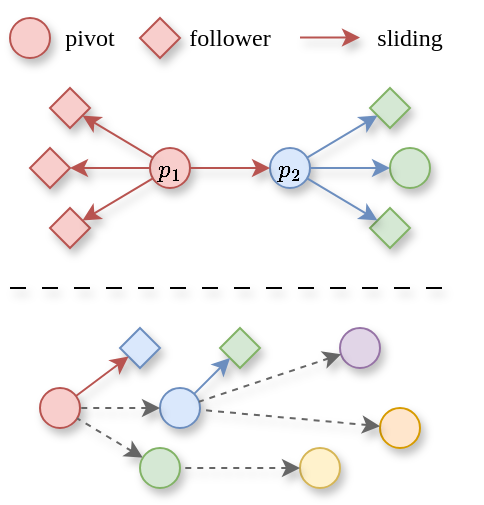
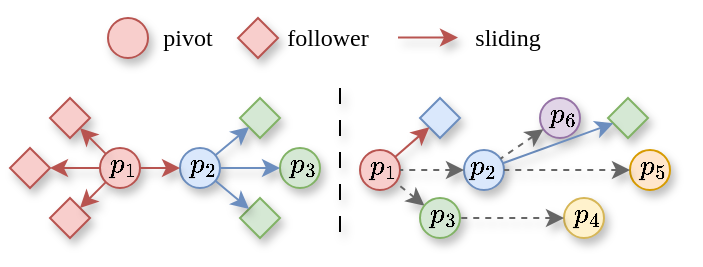
<mxfile host="app.diagrams.net">
  <diagram name="第 1 页" id="6DTQZI43wFjT-DsdCTgL">
-     <mxGraphModel dx="441" dy="1076" grid="1" gridSize="10" guides="1" tooltips="1" connect="1" arrows="1" fold="1" page="1" pageScale="1" pageWidth="827" pageHeight="1169" math="1" shadow="0">
+     <mxGraphModel dx="529" dy="1291" grid="1" gridSize="10" guides="1" tooltips="1" connect="1" arrows="1" fold="1" page="1" pageScale="1" pageWidth="827" pageHeight="1169" math="1" shadow="0">
      <root>
        <mxCell id="0" />
        <mxCell id="1" parent="0" />
        <mxCell id="bOLw4BUNBPlwtmLg7S2c-1" parent="1" style="ellipse;whiteSpace=wrap;html=1;aspect=fixed;fillColor=#f8cecc;strokeColor=#b85450;shadow=1;" value="" vertex="1">
          <mxGeometry height="20" width="20" x="150" y="520" as="geometry" />
        </mxCell>
        <mxCell id="bOLw4BUNBPlwtmLg7S2c-2" parent="1" style="ellipse;whiteSpace=wrap;html=1;aspect=fixed;fillColor=#dae8fc;strokeColor=#6c8ebf;shadow=1;" value="" vertex="1">
-           <mxGeometry height="20" width="20" x="210" y="520" as="geometry" />
+           <mxGeometry height="20" width="20" x="190" y="520" as="geometry" />
        </mxCell>
        <mxCell id="bOLw4BUNBPlwtmLg7S2c-5" parent="1" style="rhombus;whiteSpace=wrap;html=1;fillColor=#f8cecc;strokeColor=#b85450;shadow=1;" value="" vertex="1">
-           <mxGeometry height="20" width="20" x="100" y="490" as="geometry" />
+           <mxGeometry height="20" width="20" x="125" y="495" as="geometry" />
        </mxCell>
        <mxCell id="bOLw4BUNBPlwtmLg7S2c-6" parent="1" style="rhombus;whiteSpace=wrap;html=1;fillColor=#f8cecc;strokeColor=#b85450;shadow=1;" value="" vertex="1">
-           <mxGeometry height="20" width="20" x="90" y="520" as="geometry" />
+           <mxGeometry height="20" width="20" x="105" y="520" as="geometry" />
        </mxCell>
        <mxCell id="bOLw4BUNBPlwtmLg7S2c-7" parent="1" style="rhombus;whiteSpace=wrap;html=1;fillColor=#f8cecc;strokeColor=#b85450;shadow=1;" value="" vertex="1">
-           <mxGeometry height="20" width="20" x="100" y="550" as="geometry" />
+           <mxGeometry height="20" width="20" x="125" y="545" as="geometry" />
        </mxCell>
        <mxCell id="bOLw4BUNBPlwtmLg7S2c-8" parent="1" style="rhombus;whiteSpace=wrap;html=1;fillColor=#d5e8d4;strokeColor=#82b366;shadow=1;" value="" vertex="1">
-           <mxGeometry height="20" width="20" x="260" y="490" as="geometry" />
+           <mxGeometry height="20" width="20" x="220" y="495" as="geometry" />
        </mxCell>
        <mxCell id="bOLw4BUNBPlwtmLg7S2c-10" parent="1" style="rhombus;whiteSpace=wrap;html=1;fillColor=#d5e8d4;strokeColor=#82b366;shadow=1;" value="" vertex="1">
-           <mxGeometry height="20" width="20" x="260" y="550" as="geometry" />
+           <mxGeometry height="20" width="20" x="220" y="545" as="geometry" />
        </mxCell>
        <mxCell id="bOLw4BUNBPlwtmLg7S2c-11" parent="1" style="ellipse;whiteSpace=wrap;html=1;aspect=fixed;fillColor=#d5e8d4;strokeColor=#82b366;shadow=1;" value="" vertex="1">
-           <mxGeometry height="20" width="20" x="270" y="520" as="geometry" />
+           <mxGeometry height="20" width="20" x="240" y="520" as="geometry" />
        </mxCell>
        <mxCell id="bOLw4BUNBPlwtmLg7S2c-12" edge="1" parent="1" source="bOLw4BUNBPlwtmLg7S2c-5" style="endArrow=none;html=1;rounded=0;fillColor=#f8cecc;strokeColor=#b85450;startArrow=classic;startFill=1;shadow=1;" target="bOLw4BUNBPlwtmLg7S2c-1" value="">
          <mxGeometry height="50" relative="1" width="50" as="geometry">
            <mxPoint x="220" y="600" as="sourcePoint" />
            <mxPoint x="270" y="550" as="targetPoint" />
          </mxGeometry>
        </mxCell>
        <mxCell id="bOLw4BUNBPlwtmLg7S2c-13" edge="1" parent="1" source="bOLw4BUNBPlwtmLg7S2c-6" style="endArrow=none;html=1;rounded=0;fillColor=#f8cecc;strokeColor=#b85450;startArrow=classic;startFill=1;shadow=1;" target="bOLw4BUNBPlwtmLg7S2c-1" value="">
          <mxGeometry height="50" relative="1" width="50" as="geometry">
            <mxPoint x="170" y="570" as="sourcePoint" />
            <mxPoint x="198" y="598" as="targetPoint" />
          </mxGeometry>
        </mxCell>
        <mxCell id="bOLw4BUNBPlwtmLg7S2c-14" edge="1" parent="1" source="bOLw4BUNBPlwtmLg7S2c-7" style="endArrow=none;html=1;rounded=0;fillColor=#f8cecc;strokeColor=#b85450;startArrow=classic;startFill=1;shadow=1;" target="bOLw4BUNBPlwtmLg7S2c-1" value="">
          <mxGeometry height="50" relative="1" width="50" as="geometry">
            <mxPoint x="150" y="580" as="sourcePoint" />
            <mxPoint x="190" y="580" as="targetPoint" />
          </mxGeometry>
        </mxCell>
        <mxCell id="bOLw4BUNBPlwtmLg7S2c-15" edge="1" parent="1" source="bOLw4BUNBPlwtmLg7S2c-2" style="endArrow=none;html=1;rounded=0;fillColor=#f8cecc;strokeColor=#b85450;startArrow=classic;startFill=1;shadow=1;" target="bOLw4BUNBPlwtmLg7S2c-1" value="">
          <mxGeometry height="50" relative="1" width="50" as="geometry">
            <mxPoint x="170.00017864750578" y="532.0002156090586" as="sourcePoint" />
            <mxPoint x="221.62" y="594.3" as="targetPoint" />
          </mxGeometry>
        </mxCell>
        <mxCell id="bOLw4BUNBPlwtmLg7S2c-16" edge="1" parent="1" source="bOLw4BUNBPlwtmLg7S2c-8" style="endArrow=none;html=1;rounded=0;fillColor=#dae8fc;strokeColor=#6c8ebf;startArrow=classic;startFill=1;shadow=1;" target="bOLw4BUNBPlwtmLg7S2c-2" value="">
          <mxGeometry height="50" relative="1" width="50" as="geometry">
-             <mxPoint x="257.1428571428571" y="443.5728571428571" as="sourcePoint" />
-             <mxPoint x="220" y="536.43" as="targetPoint" />
+             <mxPoint x="237.1428571428571" y="443.5728571428571" as="sourcePoint" />
+             <mxPoint x="200" y="536.43" as="targetPoint" />
          </mxGeometry>
        </mxCell>
        <mxCell id="bOLw4BUNBPlwtmLg7S2c-17" edge="1" parent="1" source="bOLw4BUNBPlwtmLg7S2c-11" style="endArrow=none;html=1;rounded=0;fillColor=#dae8fc;strokeColor=#6c8ebf;startArrow=classic;startFill=1;shadow=1;" target="bOLw4BUNBPlwtmLg7S2c-2" value="">
          <mxGeometry height="50" relative="1" width="50" as="geometry">
-             <mxPoint x="268" y="530" as="sourcePoint" />
-             <mxPoint x="240" y="558" as="targetPoint" />
+             <mxPoint x="248" y="530" as="sourcePoint" />
+             <mxPoint x="220" y="558" as="targetPoint" />
          </mxGeometry>
        </mxCell>
        <mxCell id="bOLw4BUNBPlwtmLg7S2c-18" edge="1" parent="1" source="bOLw4BUNBPlwtmLg7S2c-10" style="endArrow=none;html=1;rounded=0;fillColor=#dae8fc;strokeColor=#6c8ebf;startArrow=classic;startFill=1;shadow=1;" target="bOLw4BUNBPlwtmLg7S2c-2" value="">
          <mxGeometry height="50" relative="1" width="50" as="geometry">
-             <mxPoint x="320" y="570" as="sourcePoint" />
-             <mxPoint x="280" y="570" as="targetPoint" />
+             <mxPoint x="300" y="570" as="sourcePoint" />
+             <mxPoint x="260" y="570" as="targetPoint" />
          </mxGeometry>
        </mxCell>
-         <mxCell id="bOLw4BUNBPlwtmLg7S2c-19" parent="1" style="text;html=1;whiteSpace=wrap;strokeColor=none;fillColor=none;align=center;verticalAlign=middle;rounded=0;shadow=1;" value="&lt;font face=&quot;Times New Roman&quot;&gt;$$p_1$$&lt;/font&gt;" vertex="1">
-           <mxGeometry height="30" width="60" x="130" y="515" as="geometry" />
-         </mxCell>
-         <mxCell id="bOLw4BUNBPlwtmLg7S2c-20" parent="1" style="text;html=1;whiteSpace=wrap;strokeColor=none;fillColor=none;align=center;verticalAlign=middle;rounded=0;shadow=1;" value="&lt;font face=&quot;Times New Roman&quot;&gt;$$p_2$$&lt;/font&gt;" vertex="1">
-           <mxGeometry height="30" width="60" x="190" y="515" as="geometry" />
-         </mxCell>
        <mxCell id="bOLw4BUNBPlwtmLg7S2c-21" parent="1" style="ellipse;whiteSpace=wrap;html=1;aspect=fixed;fillColor=#f8cecc;strokeColor=#b85450;shadow=1;" value="" vertex="1">
-           <mxGeometry height="20" width="20" x="95" y="640" as="geometry" />
+           <mxGeometry height="20" width="20" x="280" y="521" as="geometry" />
        </mxCell>
        <mxCell id="bOLw4BUNBPlwtmLg7S2c-22" parent="1" style="rhombus;whiteSpace=wrap;html=1;fillColor=#dae8fc;strokeColor=#6c8ebf;shadow=1;" value="" vertex="1">
-           <mxGeometry height="20" width="20" x="135" y="610" as="geometry" />
+           <mxGeometry height="20" width="20" x="310" y="495" as="geometry" />
        </mxCell>
        <mxCell id="bOLw4BUNBPlwtmLg7S2c-24" parent="1" style="ellipse;whiteSpace=wrap;html=1;aspect=fixed;fillColor=#dae8fc;strokeColor=#6c8ebf;shadow=1;" value="" vertex="1">
-           <mxGeometry height="20" width="20" x="155" y="640" as="geometry" />
+           <mxGeometry height="20" width="20" x="332" y="521" as="geometry" />
        </mxCell>
        <mxCell id="bOLw4BUNBPlwtmLg7S2c-25" edge="1" parent="1" source="bOLw4BUNBPlwtmLg7S2c-22" style="endArrow=none;html=1;rounded=0;fillColor=#f8cecc;strokeColor=#b85450;startArrow=classic;startFill=1;shadow=1;" target="bOLw4BUNBPlwtmLg7S2c-21" value="">
          <mxGeometry height="50" relative="1" width="50" as="geometry">
-             <mxPoint x="142.1428571428571" y="563.5728571428572" as="sourcePoint" />
-             <mxPoint x="105" y="656.43" as="targetPoint" />
+             <mxPoint x="327.1428571428571" y="444.5728571428572" as="sourcePoint" />
+             <mxPoint x="290" y="537.43" as="targetPoint" />
          </mxGeometry>
        </mxCell>
        <mxCell id="bOLw4BUNBPlwtmLg7S2c-26" edge="1" parent="1" source="bOLw4BUNBPlwtmLg7S2c-24" style="endArrow=none;html=1;rounded=0;fillColor=#f8cecc;strokeColor=#666666;startArrow=classic;startFill=1;dashed=1;shadow=1;" target="bOLw4BUNBPlwtmLg7S2c-21" value="">
          <mxGeometry height="50" relative="1" width="50" as="geometry">
-             <mxPoint x="153" y="650" as="sourcePoint" />
-             <mxPoint x="125" y="678" as="targetPoint" />
+             <mxPoint x="338" y="531" as="sourcePoint" />
+             <mxPoint x="310" y="559" as="targetPoint" />
          </mxGeometry>
        </mxCell>
        <mxCell id="bOLw4BUNBPlwtmLg7S2c-27" edge="1" parent="1" source="bOLw4BUNBPlwtmLg7S2c-29" style="endArrow=none;html=1;rounded=0;fillColor=#f8cecc;strokeColor=#666666;startArrow=classic;startFill=1;dashed=1;shadow=1;" target="bOLw4BUNBPlwtmLg7S2c-21" value="">
          <mxGeometry height="50" relative="1" width="50" as="geometry">
-             <mxPoint x="140" y="685" as="sourcePoint" />
-             <mxPoint x="165" y="690" as="targetPoint" />
+             <mxPoint x="325" y="566" as="sourcePoint" />
+             <mxPoint x="350" y="571" as="targetPoint" />
          </mxGeometry>
        </mxCell>
        <mxCell id="bOLw4BUNBPlwtmLg7S2c-29" parent="1" style="ellipse;whiteSpace=wrap;html=1;aspect=fixed;fillColor=#d5e8d4;strokeColor=#82b366;shadow=1;" value="" vertex="1">
-           <mxGeometry height="20" width="20" x="145" y="670" as="geometry" />
+           <mxGeometry height="20" width="20" x="310" y="545" as="geometry" />
        </mxCell>
        <mxCell id="bOLw4BUNBPlwtmLg7S2c-30" parent="1" style="ellipse;whiteSpace=wrap;html=1;aspect=fixed;fillColor=#e1d5e7;strokeColor=#9673a6;shadow=1;" value="" vertex="1">
-           <mxGeometry height="20" width="20" x="245" y="610" as="geometry" />
+           <mxGeometry height="20" width="20" x="370" y="495" as="geometry" />
        </mxCell>
        <mxCell id="bOLw4BUNBPlwtmLg7S2c-31" parent="1" style="ellipse;whiteSpace=wrap;html=1;aspect=fixed;fillColor=#ffe6cc;strokeColor=#d79b00;shadow=1;" value="" vertex="1">
-           <mxGeometry height="20" width="20" x="265" y="650" as="geometry" />
+           <mxGeometry height="20" width="20" x="415" y="521" as="geometry" />
        </mxCell>
        <mxCell id="bOLw4BUNBPlwtmLg7S2c-32" parent="1" style="ellipse;whiteSpace=wrap;html=1;aspect=fixed;fillColor=#fff2cc;strokeColor=#d6b656;shadow=1;" value="" vertex="1">
-           <mxGeometry height="20" width="20" x="225" y="670" as="geometry" />
+           <mxGeometry height="20" width="20" x="382" y="545" as="geometry" />
        </mxCell>
        <mxCell id="bOLw4BUNBPlwtmLg7S2c-34" parent="1" style="rhombus;whiteSpace=wrap;html=1;fillColor=#d5e8d4;strokeColor=#82b366;shadow=1;" value="" vertex="1">
-           <mxGeometry height="20" width="20" x="185" y="610" as="geometry" />
+           <mxGeometry height="20" width="20" x="404" y="495" as="geometry" />
        </mxCell>
        <mxCell id="bOLw4BUNBPlwtmLg7S2c-36" edge="1" parent="1" style="endArrow=none;html=1;rounded=0;dashed=1;dashPattern=8 8;shadow=1;" value="">
          <mxGeometry height="50" relative="1" width="50" as="geometry">
-             <mxPoint x="80" y="590" as="sourcePoint" />
-             <mxPoint x="300" y="590" as="targetPoint" />
+             <mxPoint x="270" y="490" as="sourcePoint" />
+             <mxPoint x="270" y="570" as="targetPoint" />
          </mxGeometry>
        </mxCell>
        <mxCell id="bOLw4BUNBPlwtmLg7S2c-37" edge="1" parent="1" source="bOLw4BUNBPlwtmLg7S2c-34" style="endArrow=none;html=1;rounded=0;fillColor=#dae8fc;strokeColor=#6c8ebf;startArrow=classic;startFill=1;shadow=1;" target="bOLw4BUNBPlwtmLg7S2c-24" value="">
          <mxGeometry height="50" relative="1" width="50" as="geometry">
-             <mxPoint x="223" y="670" as="sourcePoint" />
-             <mxPoint x="195" y="698" as="targetPoint" />
+             <mxPoint x="408" y="551" as="sourcePoint" />
+             <mxPoint x="380" y="579" as="targetPoint" />
          </mxGeometry>
        </mxCell>
        <mxCell id="bOLw4BUNBPlwtmLg7S2c-38" edge="1" parent="1" source="bOLw4BUNBPlwtmLg7S2c-32" style="endArrow=none;html=1;rounded=0;fillColor=#f8cecc;strokeColor=#666666;startArrow=classic;startFill=1;dashed=1;shadow=1;" target="bOLw4BUNBPlwtmLg7S2c-29" value="">
          <mxGeometry height="50" relative="1" width="50" as="geometry">
-             <mxPoint x="205" y="670" as="sourcePoint" />
-             <mxPoint x="165" y="670" as="targetPoint" />
+             <mxPoint x="390" y="551" as="sourcePoint" />
+             <mxPoint x="350" y="551" as="targetPoint" />
          </mxGeometry>
        </mxCell>
        <mxCell id="bOLw4BUNBPlwtmLg7S2c-39" edge="1" parent="1" source="bOLw4BUNBPlwtmLg7S2c-30" style="endArrow=none;html=1;rounded=0;fillColor=#f8cecc;strokeColor=#666666;startArrow=classic;startFill=1;dashed=1;shadow=1;" target="bOLw4BUNBPlwtmLg7S2c-24" value="">
          <mxGeometry height="50" relative="1" width="50" as="geometry">
-             <mxPoint x="315" y="710" as="sourcePoint" />
-             <mxPoint x="245" y="710" as="targetPoint" />
+             <mxPoint x="500" y="591" as="sourcePoint" />
+             <mxPoint x="430" y="591" as="targetPoint" />
          </mxGeometry>
        </mxCell>
        <mxCell id="bOLw4BUNBPlwtmLg7S2c-40" edge="1" parent="1" source="bOLw4BUNBPlwtmLg7S2c-31" style="endArrow=none;html=1;rounded=0;fillColor=#f8cecc;strokeColor=#666666;startArrow=classic;startFill=1;dashed=1;shadow=1;" target="bOLw4BUNBPlwtmLg7S2c-24" value="">
          <mxGeometry height="50" relative="1" width="50" as="geometry">
-             <mxPoint x="285" y="680" as="sourcePoint" />
-             <mxPoint x="245" y="682" as="targetPoint" />
+             <mxPoint x="470" y="561" as="sourcePoint" />
+             <mxPoint x="430" y="563" as="targetPoint" />
          </mxGeometry>
        </mxCell>
        <mxCell id="bOLw4BUNBPlwtmLg7S2c-42" parent="1" style="ellipse;whiteSpace=wrap;html=1;fillColor=#f8cecc;strokeColor=#b85450;shadow=1;" value="" vertex="1">
-           <mxGeometry height="20" width="20" x="80" y="455" as="geometry" />
+           <mxGeometry height="20" width="20" x="154" y="455" as="geometry" />
        </mxCell>
        <mxCell id="bOLw4BUNBPlwtmLg7S2c-43" parent="1" style="text;html=1;whiteSpace=wrap;strokeColor=none;fillColor=none;align=center;verticalAlign=middle;rounded=0;shadow=1;" value="&lt;font face=&quot;Times New Roman&quot;&gt;pivot&lt;/font&gt;" vertex="1">
-           <mxGeometry height="30" width="60" x="90" y="450" as="geometry" />
+           <mxGeometry height="30" width="60" x="164" y="450" as="geometry" />
        </mxCell>
        <mxCell id="bOLw4BUNBPlwtmLg7S2c-44" parent="1" style="rhombus;whiteSpace=wrap;html=1;fillColor=#f8cecc;strokeColor=#b85450;shadow=1;" value="" vertex="1">
-           <mxGeometry height="20" width="20" x="145" y="455" as="geometry" />
+           <mxGeometry height="20" width="20" x="219" y="455" as="geometry" />
        </mxCell>
        <mxCell id="bOLw4BUNBPlwtmLg7S2c-45" parent="1" style="text;html=1;whiteSpace=wrap;strokeColor=none;fillColor=none;align=center;verticalAlign=middle;rounded=0;shadow=1;" value="&lt;font face=&quot;Times New Roman&quot;&gt;follower&lt;/font&gt;" vertex="1">
-           <mxGeometry height="30" width="60" x="160" y="450" as="geometry" />
+           <mxGeometry height="30" width="60" x="234" y="450" as="geometry" />
        </mxCell>
        <mxCell id="bOLw4BUNBPlwtmLg7S2c-46" edge="1" parent="1" style="endArrow=none;html=1;rounded=0;fillColor=#f8cecc;strokeColor=#b85450;startArrow=classic;startFill=1;shadow=1;" value="">
          <mxGeometry height="50" relative="1" width="50" as="geometry">
-             <mxPoint x="255" y="464.76" as="sourcePoint" />
-             <mxPoint x="225" y="464.76" as="targetPoint" />
+             <mxPoint x="329" y="464.76" as="sourcePoint" />
+             <mxPoint x="299" y="464.76" as="targetPoint" />
          </mxGeometry>
        </mxCell>
        <mxCell id="bOLw4BUNBPlwtmLg7S2c-47" parent="1" style="text;html=1;whiteSpace=wrap;strokeColor=none;fillColor=none;align=center;verticalAlign=middle;rounded=0;shadow=1;" value="&lt;font face=&quot;Times New Roman&quot;&gt;sliding&lt;/font&gt;" vertex="1">
-           <mxGeometry height="30" width="60" x="250" y="450" as="geometry" />
+           <mxGeometry height="30" width="60" x="324" y="450" as="geometry" />
+         </mxCell>
+         <mxCell id="mxuoR5gjSK6Hbij5tWnN-3" parent="1" style="text;html=1;whiteSpace=wrap;strokeColor=none;fillColor=none;align=center;verticalAlign=middle;rounded=0;" value="$$p_1$$" vertex="1">
+           <mxGeometry height="20" width="20" x="282" y="519" as="geometry" />
+         </mxCell>
+         <mxCell id="mxuoR5gjSK6Hbij5tWnN-4" parent="1" style="text;html=1;whiteSpace=wrap;strokeColor=none;fillColor=none;align=center;verticalAlign=middle;rounded=0;" value="$$p_1$$" vertex="1">
+           <mxGeometry height="20" width="20" x="152" y="518" as="geometry" />
+         </mxCell>
+         <mxCell id="mxuoR5gjSK6Hbij5tWnN-5" parent="1" style="text;html=1;whiteSpace=wrap;strokeColor=none;fillColor=none;align=center;verticalAlign=middle;rounded=0;" value="$$p_2$$" vertex="1">
+           <mxGeometry height="20" width="20" x="192" y="518" as="geometry" />
+         </mxCell>
+         <mxCell id="mxuoR5gjSK6Hbij5tWnN-6" parent="1" style="text;html=1;whiteSpace=wrap;strokeColor=none;fillColor=none;align=center;verticalAlign=middle;rounded=0;" value="$$p_2$$" vertex="1">
+           <mxGeometry height="20" width="20" x="332" y="519" as="geometry" />
+         </mxCell>
+         <mxCell id="mxuoR5gjSK6Hbij5tWnN-7" parent="1" style="text;html=1;whiteSpace=wrap;strokeColor=none;fillColor=none;align=center;verticalAlign=middle;rounded=0;" value="$$p_3$$" vertex="1">
+           <mxGeometry height="20" width="20" x="312" y="543" as="geometry" />
+         </mxCell>
+         <mxCell id="mxuoR5gjSK6Hbij5tWnN-8" parent="1" style="text;html=1;whiteSpace=wrap;strokeColor=none;fillColor=none;align=center;verticalAlign=middle;rounded=0;" value="$$p_3$$" vertex="1">
+           <mxGeometry height="20" width="20" x="242" y="518" as="geometry" />
+         </mxCell>
+         <mxCell id="mxuoR5gjSK6Hbij5tWnN-9" parent="1" style="text;html=1;whiteSpace=wrap;strokeColor=none;fillColor=none;align=center;verticalAlign=middle;rounded=0;" value="$$p_4$$" vertex="1">
+           <mxGeometry height="20" width="20" x="384" y="543" as="geometry" />
+         </mxCell>
+         <mxCell id="mxuoR5gjSK6Hbij5tWnN-10" parent="1" style="text;html=1;whiteSpace=wrap;strokeColor=none;fillColor=none;align=center;verticalAlign=middle;rounded=0;" value="$$p_5$$" vertex="1">
+           <mxGeometry height="20" width="20" x="417" y="519" as="geometry" />
+         </mxCell>
+         <mxCell id="mxuoR5gjSK6Hbij5tWnN-11" parent="1" style="text;html=1;whiteSpace=wrap;strokeColor=none;fillColor=none;align=center;verticalAlign=middle;rounded=0;" value="$$p_6$$" vertex="1">
+           <mxGeometry height="20" width="20" x="372" y="493" as="geometry" />
        </mxCell>
      </root>
    </mxGraphModel>
  </diagram>
</mxfile>
